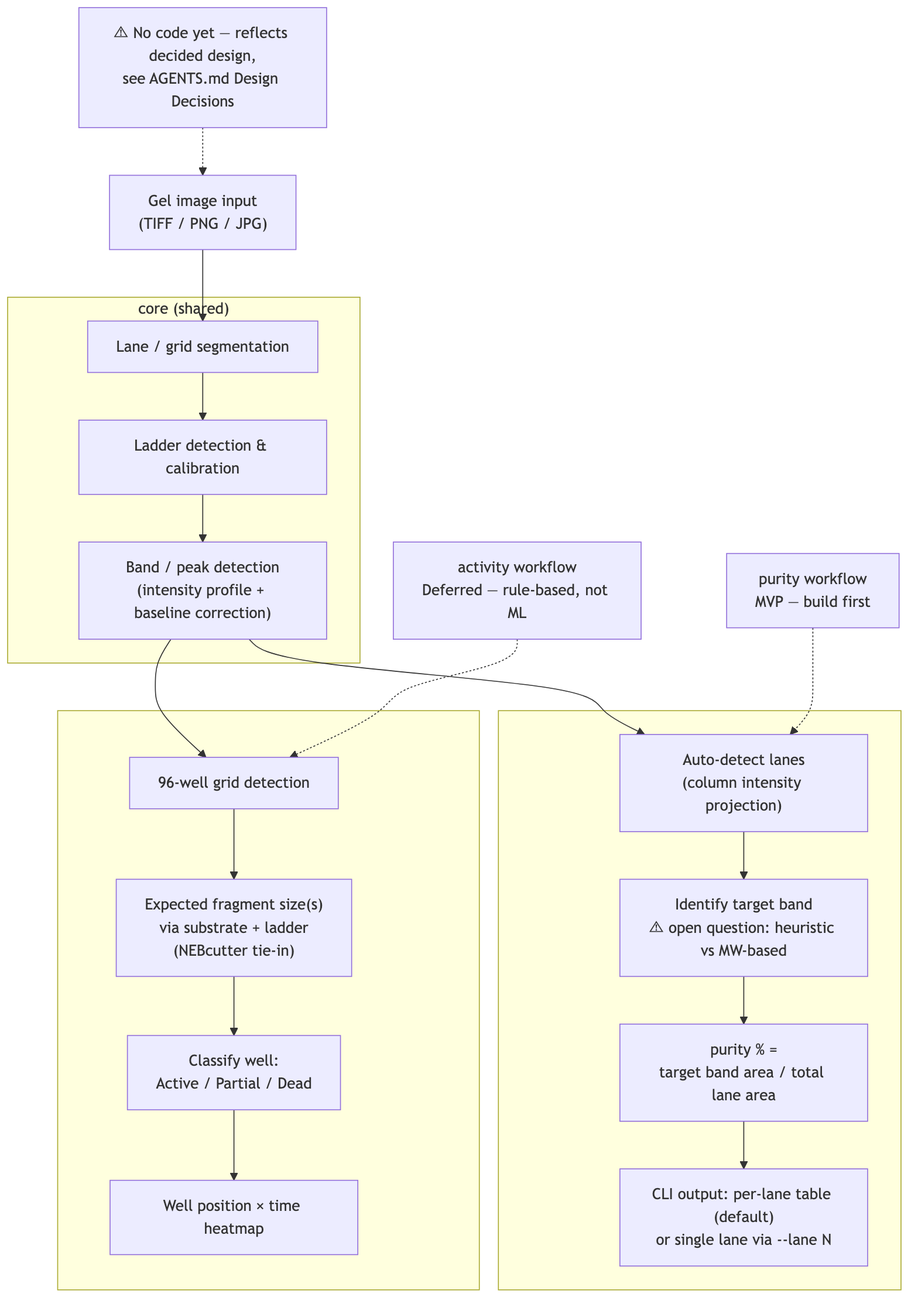
Above: diagrams/program-flow.png in nebiolabs/gel-image-extractor (Mermaid), before the change. Its source is kept beside it as diagrams/program-flow.mmd.
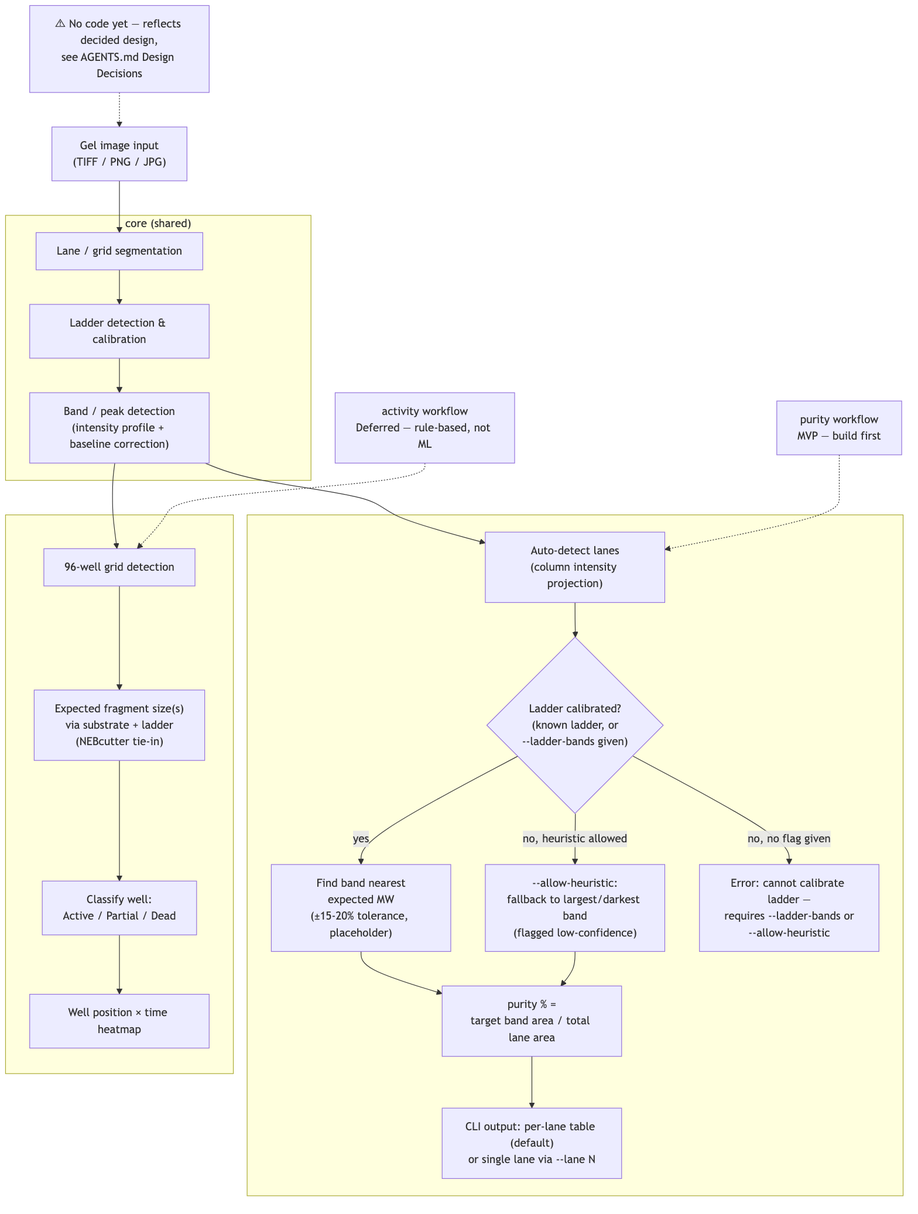
The same file after the commit.

Diff of the diagram source:
```diff
@@ -13,7 +13,10 @@
     PurityLabel["purity workflow<br/>MVP — build first"]
     subgraph PurityWF[" "]
         AutoLane["Auto-detect lanes<br/>(column intensity projection)"]
-        TargetID["Identify target band<br/>⚠ open question: heuristic vs MW-based"]
+        LadderCal{"Ladder calibrated?<br/>(known ladder, or<br/>--ladder-bands given)"}
+        MWMatch["Find band nearest<br/>expected MW<br/>(±15-20% tolerance, placeholder)"]
+        Heuristic["--allow-heuristic:<br/>fallback to largest/darkest band<br/>(flagged low-confidence)"]
+        ErrorOut["Error: cannot calibrate ladder —<br/>requires --ladder-bands or<br/>--allow-heuristic"]
         PurityCalc["purity % =<br/>target band area / total lane area"]
         PurityOut["CLI output: per-lane table (default)<br/>or single lane via --lane N"]
     end
@@ -33,5 +36,9 @@
     BandDet --> GridDet
     PurityLabel -.-> AutoLane
     ActivityLabel -.-> GridDet
-    AutoLane --> TargetID --> PurityCalc --> PurityOut
+    AutoLane --> LadderCal
+    LadderCal -- yes --> MWMatch --> PurityCalc
+    LadderCal -- "no, heuristic allowed" --> Heuristic --> PurityCalc
+    LadderCal -- "no, no flag given" --> ErrorOut
+    PurityCalc --> PurityOut
     GridDet --> ExpectedFrag --> Classify --> Heatmap
```
